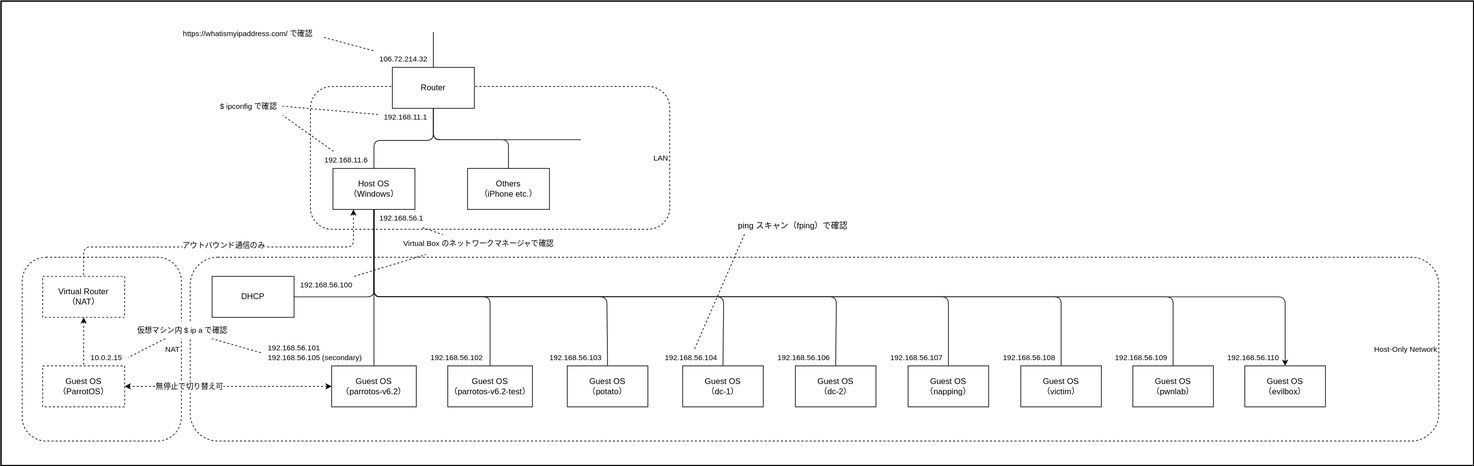
Earlier version of the draw.io export diagrams/network-of-hacking-lab.drawio.svg (SOUSUKEKUROSAWA/drawio). Source tidied: cells renumbered, new cells last; positions are measured from the earlier drawing's top-left corner, leaving out a move shared by most shapes.
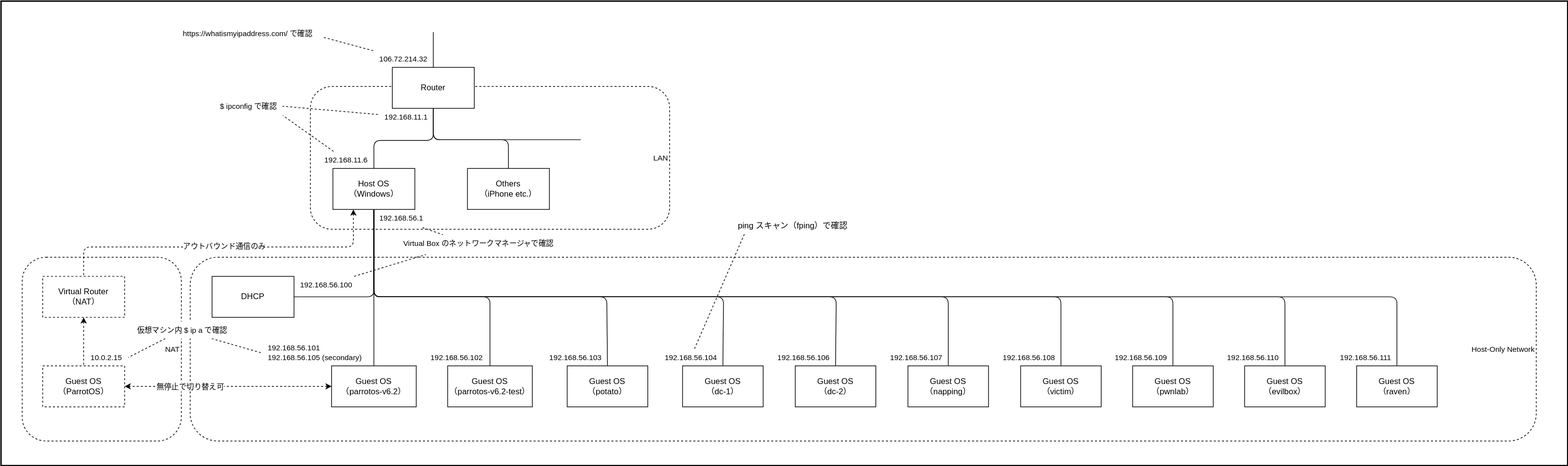
Later version of the same file.

The edit, as a diff of the source:
```diff
@@ -3,13 +3,13 @@
     <mxCell id="0" />
     <mxCell id="1" parent="0" />
     <mxCell id="2" style="rounded=0;whiteSpace=wrap;html=1;strokeWidth=2;" parent="1" vertex="1">
-      <mxGeometry width="2156" height="680" as="geometry" />
+      <mxGeometry width="2294" height="680" as="geometry" />
     </mxCell>
     <mxCell id="3" value="NAT&amp;nbsp;" style="rounded=1;whiteSpace=wrap;html=1;fontSize=11;fontColor=#000000;fillColor=none;dashed=1;align=right;" parent="1" vertex="1">
       <mxGeometry x="31" y="375" width="233" height="269" as="geometry" />
     </mxCell>
     <mxCell id="4" value="Host-Only Network&amp;nbsp;" style="rounded=1;whiteSpace=wrap;html=1;fontSize=11;fontColor=#000000;fillColor=none;dashed=1;align=right;" parent="1" vertex="1">
-      <mxGeometry x="277" y="375" width="1828" height="269" as="geometry" />
+      <mxGeometry x="277" y="375" width="1971" height="269" as="geometry" />
     </mxCell>
     <mxCell id="5" value="LAN&amp;nbsp;" style="rounded=1;whiteSpace=wrap;html=1;fontSize=11;fontColor=#000000;fillColor=none;dashed=1;align=right;" parent="1" vertex="1">
       <mxGeometry x="453" y="125" width="526" height="209" as="geometry" />
@@ -131,7 +131,7 @@
         </Array>
       </mxGeometry>
     </mxCell>
-    <mxCell id="24" style="edgeStyle=none;html=1;entryX=0.5;entryY=0;entryDx=0;entryDy=0;" parent="1" edge="1" source="25" target="66">
+    <mxCell id="24" style="edgeStyle=none;html=1;entryX=0.5;entryY=0;entryDx=0;entryDy=0;endArrow=none;endFill=0;" parent="1" edge="1" source="25" target="66">
       <mxGeometry relative="1" as="geometry">
         <Array as="points">
           <mxPoint x="546" y="433" />
@@ -139,6 +139,14 @@
         </Array>
       </mxGeometry>
     </mxCell>
+    <mxCell id="68" style="edgeStyle=none;html=1;entryX=0.5;entryY=0;entryDx=0;entryDy=0;endArrow=none;endFill=0;" parent="1" edge="1" source="25" target="69">
+      <mxGeometry relative="1" as="geometry">
+        <Array as="points">
+          <mxPoint x="546" y="433" />
+          <mxPoint x="2044" y="433" />
+        </Array>
+      </mxGeometry>
+    </mxCell>
     <mxCell id="25" value="Host OS&lt;br&gt;（Windows）" style="rounded=0;whiteSpace=wrap;html=1;" parent="1" vertex="1">
       <mxGeometry x="486" y="245" width="120" height="60" as="geometry" />
     </mxCell>
@@ -270,5 +278,11 @@
     <mxCell id="67" value="192.168.56.110" style="text;html=1;align=center;verticalAlign=middle;strokeColor=none;fillColor=none;fontSize=11;fontColor=#000000;" parent="1" vertex="1">
       <mxGeometry x="1786" y="509" width="94" height="25" as="geometry" />
     </mxCell>
+    <mxCell id="69" value="Guest OS&lt;br&gt;（raven）" style="rounded=0;whiteSpace=wrap;html=1;" parent="1" vertex="1">
+      <mxGeometry x="1985" y="534" width="118" height="60" as="geometry" />
+    </mxCell>
+    <mxCell id="70" value="192.168.56.111" style="text;html=1;align=center;verticalAlign=middle;strokeColor=none;fillColor=none;fontSize=11;fontColor=#000000;" parent="1" vertex="1">
+      <mxGeometry x="1951" y="509" width="93" height="25" as="geometry" />
+    </mxCell>
   </root>
 </mxGraphModel>
```
